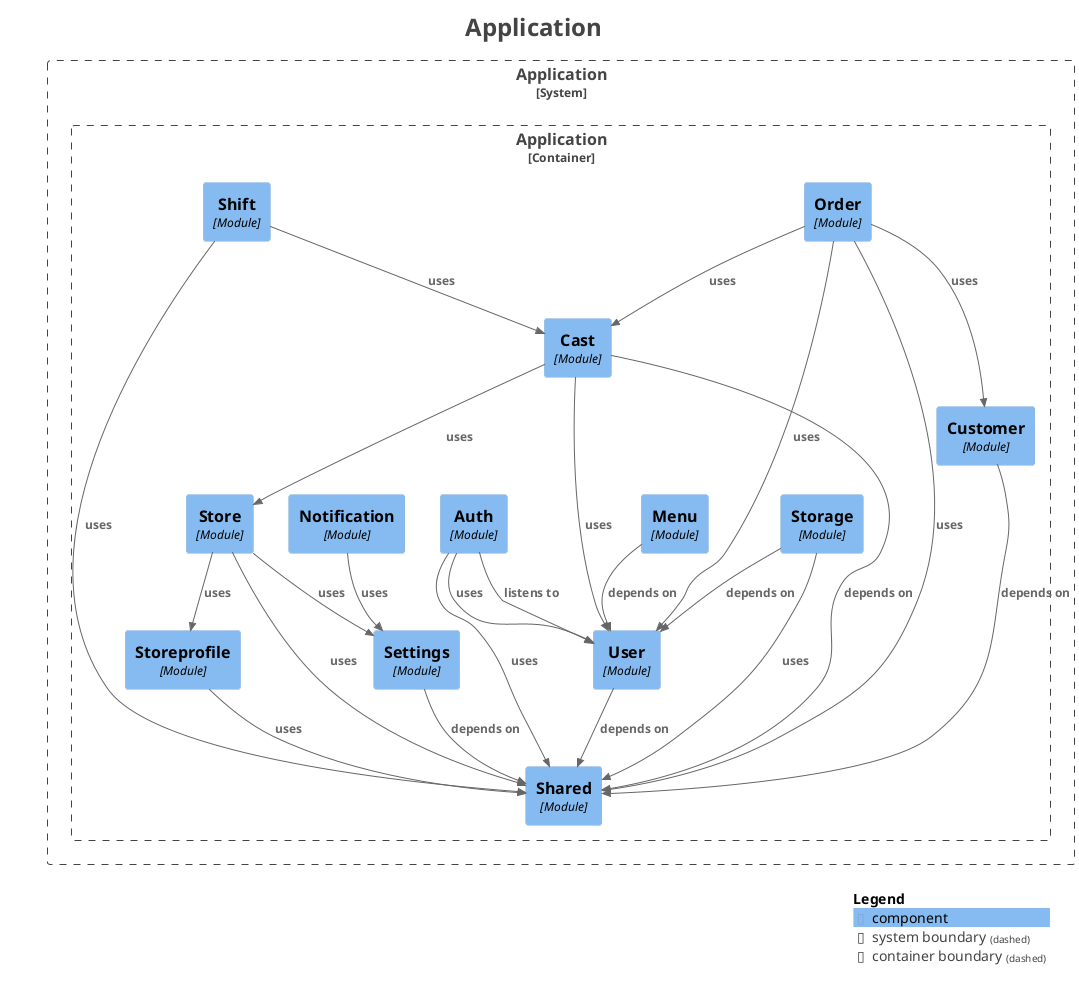
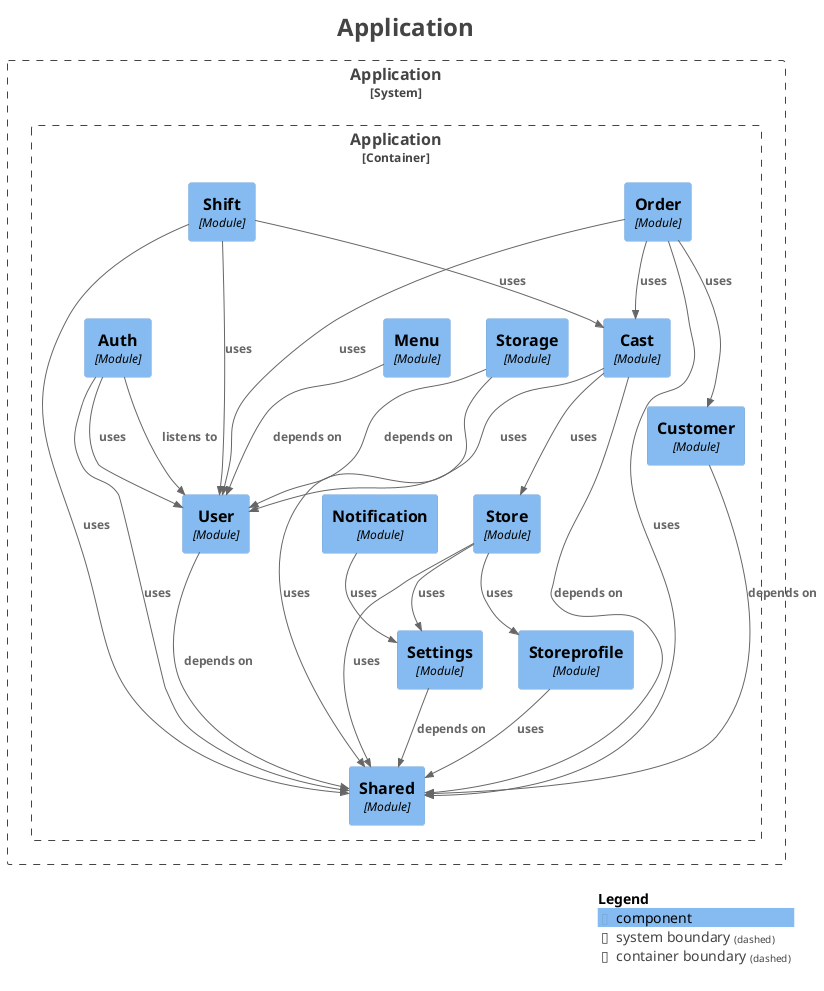
@startuml
title <size:24>Application</size>

set separator none
top to bottom direction

<style>
  root {
    BackgroundColor: #ffffff
    FontColor: #444444
  }
</style>

!include <C4/C4>
!include <C4/C4_Context>
!include <C4/C4_Component>

System_Boundary("Application_boundary", "Application", $tags="") {
  Container_Boundary("Application.Application_boundary", "Application", $tags="") {
    Component(Application.Application.Notification, "Notification", $techn="Module", $descr="", $tags="", $link="")
    Component(Application.Application.Storage, "Storage", $techn="Module", $descr="", $tags="", $link="")
    Component(Application.Application.Store, "Store", $techn="Module", $descr="", $tags="", $link="")
    Component(Application.Application.Cast, "Cast", $techn="Module", $descr="", $tags="", $link="")
    Component(Application.Application.Order, "Order", $techn="Module", $descr="", $tags="", $link="")
    Component(Application.Application.Shift, "Shift", $techn="Module", $descr="", $tags="", $link="")
    Component(Application.Application.Shared, "Shared", $techn="Module", $descr="", $tags="", $link="")
    Component(Application.Application.Customer, "Customer", $techn="Module", $descr="", $tags="", $link="")
    Component(Application.Application.Settings, "Settings", $techn="Module", $descr="", $tags="", $link="")
    Component(Application.Application.Storeprofile, "Storeprofile", $techn="Module", $descr="", $tags="", $link="")
    Component(Application.Application.User, "User", $techn="Module", $descr="", $tags="", $link="")
    Component(Application.Application.Auth, "Auth", $techn="Module", $descr="", $tags="", $link="")
    Component(Application.Application.Menu, "Menu", $techn="Module", $descr="", $tags="", $link="")
  }

}

Rel(Application.Application.User, Application.Application.Shared, "depends on", $techn="", $tags="", $link="")
Rel(Application.Application.Cast, Application.Application.Shared, "depends on", $techn="", $tags="", $link="")
Rel(Application.Application.Cast, Application.Application.User, "uses", $techn="", $tags="", $link="")
Rel(Application.Application.Cast, Application.Application.Store, "uses", $techn="", $tags="", $link="")
Rel(Application.Application.Order, Application.Application.Customer, "uses", $techn="", $tags="", $link="")
Rel(Application.Application.Order, Application.Application.Cast, "uses", $techn="", $tags="", $link="")
Rel(Application.Application.Order, Application.Application.User, "uses", $techn="", $tags="", $link="")
Rel(Application.Application.Order, Application.Application.Shared, "uses", $techn="", $tags="", $link="")
Rel(Application.Application.Store, Application.Application.Storeprofile, "uses", $techn="", $tags="", $link="")
Rel(Application.Application.Store, Application.Application.Settings, "uses", $techn="", $tags="", $link="")
Rel(Application.Application.Store, Application.Application.Shared, "uses", $techn="", $tags="", $link="")
Rel(Application.Application.Customer, Application.Application.Shared, "depends on", $techn="", $tags="", $link="")
Rel(Application.Application.Settings, Application.Application.Shared, "depends on", $techn="", $tags="", $link="")
Rel(Application.Application.Notification, Application.Application.Settings, "uses", $techn="", $tags="", $link="")
Rel(Application.Application.Auth, Application.Application.User, "listens to", $techn="", $tags="", $link="")
Rel(Application.Application.Auth, Application.Application.User, "uses", $techn="", $tags="", $link="")
Rel(Application.Application.Auth, Application.Application.Shared, "uses", $techn="", $tags="", $link="")
Rel(Application.Application.Menu, Application.Application.User, "depends on", $techn="", $tags="", $link="")
Rel(Application.Application.Storage, Application.Application.User, "depends on", $techn="", $tags="", $link="")
Rel(Application.Application.Storage, Application.Application.Shared, "uses", $techn="", $tags="", $link="")
+ Rel(Application.Application.Shift, Application.Application.User, "uses", $techn="", $tags="", $link="")
Rel(Application.Application.Shift, Application.Application.Cast, "uses", $techn="", $tags="", $link="")
Rel(Application.Application.Shift, Application.Application.Shared, "uses", $techn="", $tags="", $link="")
Rel(Application.Application.Storeprofile, Application.Application.Shared, "uses", $techn="", $tags="", $link="")

SHOW_LEGEND(true)
hide stereotypes
@enduml